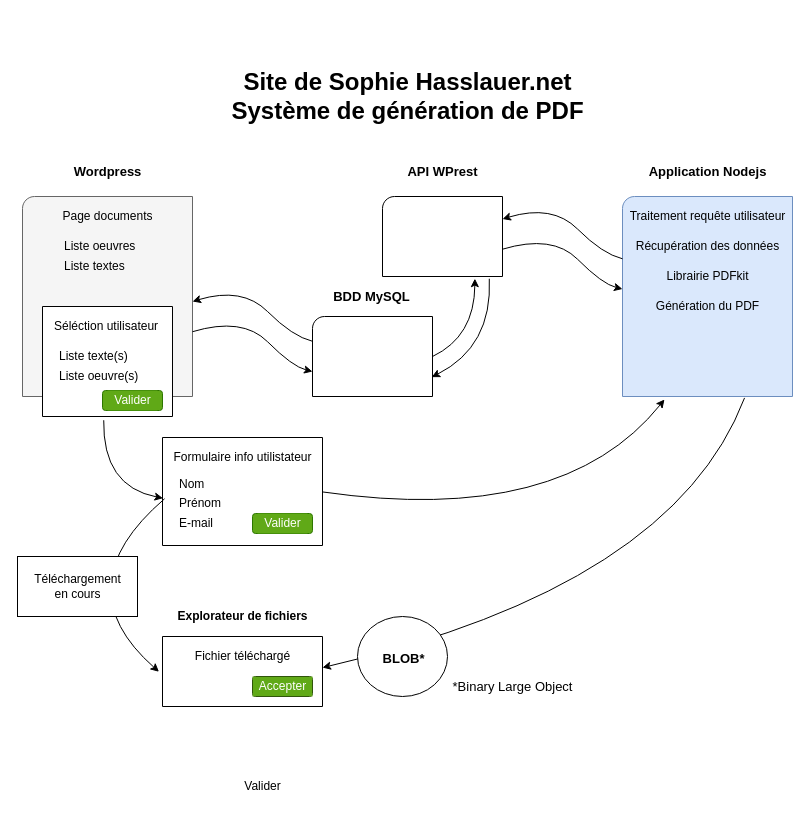
sebatease/cvperso keeps this draw.io diagram as Untitled Diagram.drawio. Above is the earlier version. Source tidied: cells renumbered, new cells numbered last; positions are measured from the earlier drawing's top-left corner, leaving out a move shared by most shapes. Both pictures are drawn from the tidied source at 100%, with x=0, y=0 at pixel (17, 76).
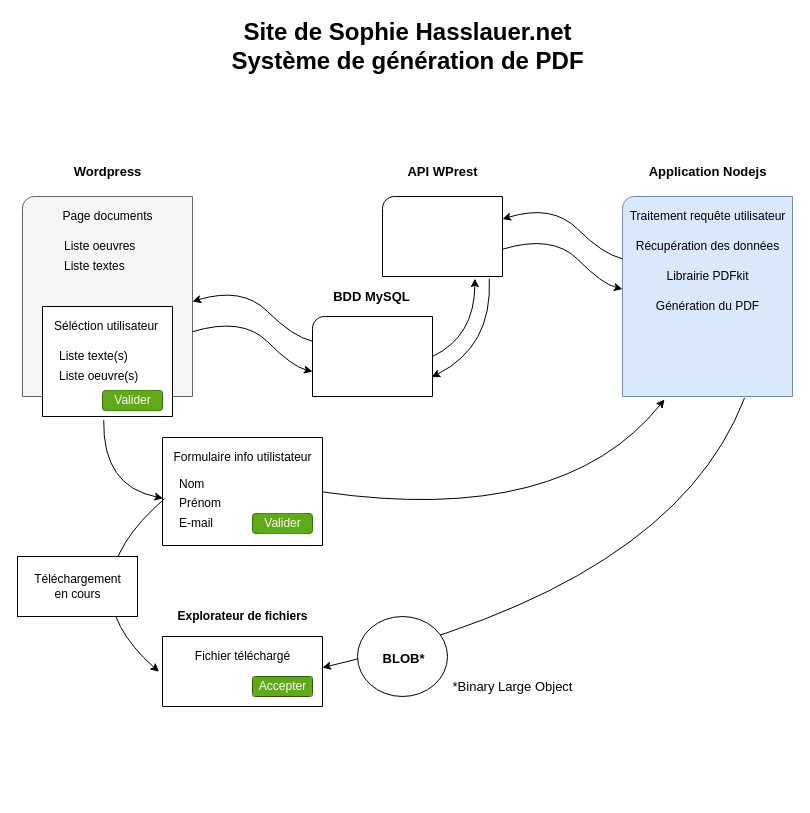
The same diagram, later.

What changed in the source:
```diff
@@
-    <mxCell id="9" value="Site de Sophie Hasslauer.net&lt;br&gt;Système de génération de PDF" style="text;strokeColor=none;fillColor=none;html=1;fontSize=24;fontStyle=1;verticalAlign=middle;align=center;" parent="1" vertex="1">
-      <mxGeometry x="340" width="100" height="40" as="geometry" />
+    <mxCell id="9" value="Site de Sophie Hasslauer.net&lt;br&gt;Système de génération de PDF" style="text;strokeColor=none;fillColor=none;html=1;fontSize=24;fontStyle=1;verticalAlign=middle;align=center;spacing=2;" parent="1" vertex="1">
+      <mxGeometry x="340" y="-50" width="100" height="40" as="geometry" />
     </mxCell>
@@
-    <mxCell id="47" value="Valider" style="text;html=1;align=center;verticalAlign=middle;strokeColor=none;fillColor=none;" parent="1" vertex="1">
-      <mxGeometry x="220" y="700" width="50" height="20" as="geometry" />
-    </mxCell>
```
